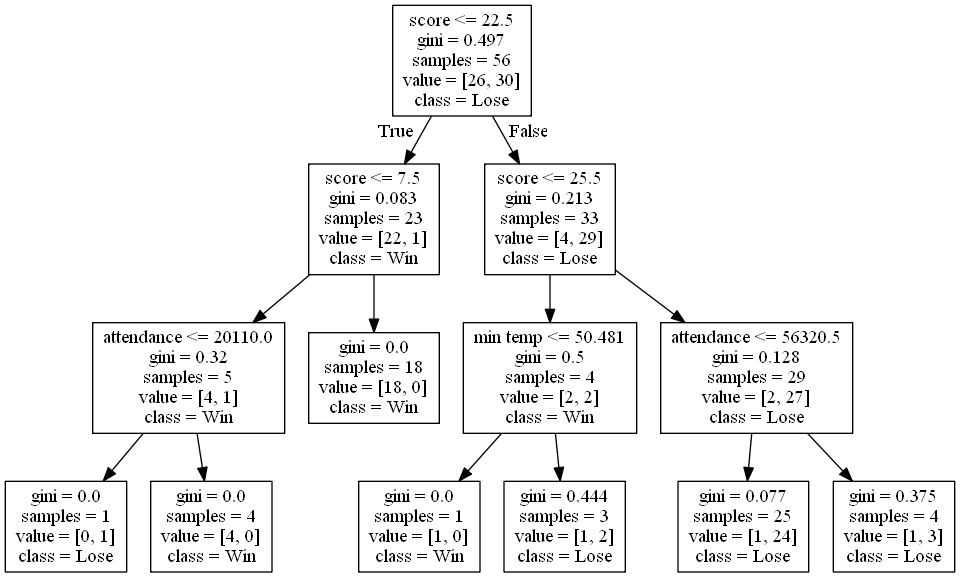
alexana-steck/CSE482Project keeps this Graphviz diagram as DecisionTrees/decision_tree_with_score1.png. Above is the earlier version. Its source is kept beside it as DecisionTrees/decision_tree_with_score1.dot.
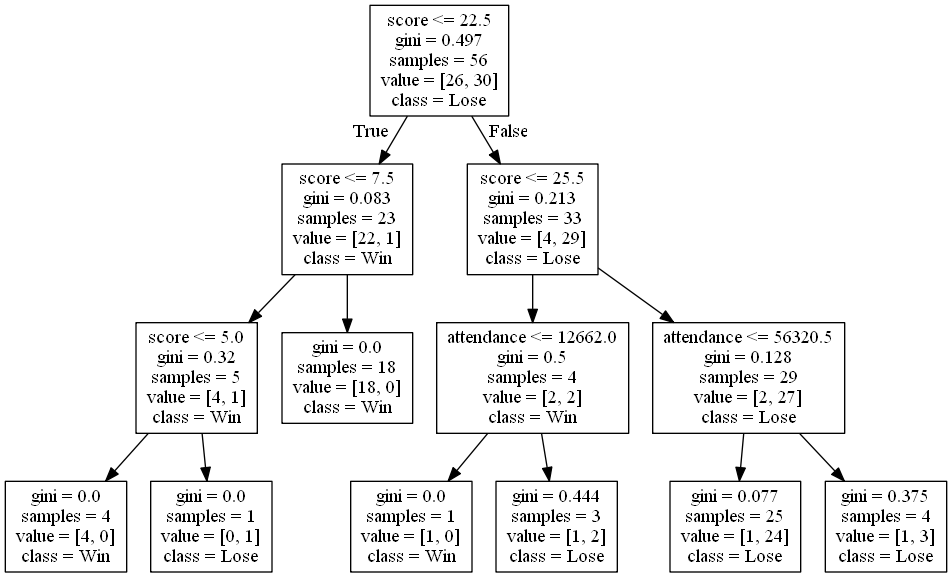
After the commit.

Change to the diagram source:
```diff
@@ -3,17 +3,17 @@
 0 [label="score <= 22.5\ngini = 0.497\nsamples = 56\nvalue = [26, 30]\nclass = Lose"] ;
 1 [label="score <= 7.5\ngini = 0.083\nsamples = 23\nvalue = [22, 1]\nclass = Win"] ;
 0 -> 1 [labeldistance=2.5, labelangle=45, headlabel="True"] ;
-2 [label="attendance <= 20110.0\ngini = 0.32\nsamples = 5\nvalue = [4, 1]\nclass = Win"] ;
+2 [label="score <= 5.0\ngini = 0.32\nsamples = 5\nvalue = [4, 1]\nclass = Win"] ;
 1 -> 2 ;
-3 [label="gini = 0.0\nsamples = 1\nvalue = [0, 1]\nclass = Lose"] ;
+3 [label="gini = 0.0\nsamples = 4\nvalue = [4, 0]\nclass = Win"] ;
 2 -> 3 ;
-4 [label="gini = 0.0\nsamples = 4\nvalue = [4, 0]\nclass = Win"] ;
+4 [label="gini = 0.0\nsamples = 1\nvalue = [0, 1]\nclass = Lose"] ;
 2 -> 4 ;
 5 [label="gini = 0.0\nsamples = 18\nvalue = [18, 0]\nclass = Win"] ;
 1 -> 5 ;
 6 [label="score <= 25.5\ngini = 0.213\nsamples = 33\nvalue = [4, 29]\nclass = Lose"] ;
 0 -> 6 [labeldistance=2.5, labelangle=-45, headlabel="False"] ;
-7 [label="min temp <= 50.481\ngini = 0.5\nsamples = 4\nvalue = [2, 2]\nclass = Win"] ;
+7 [label="attendance <= 12662.0\ngini = 0.5\nsamples = 4\nvalue = [2, 2]\nclass = Win"] ;
 6 -> 7 ;
 8 [label="gini = 0.0\nsamples = 1\nvalue = [1, 0]\nclass = Win"] ;
 7 -> 8 ;
```
